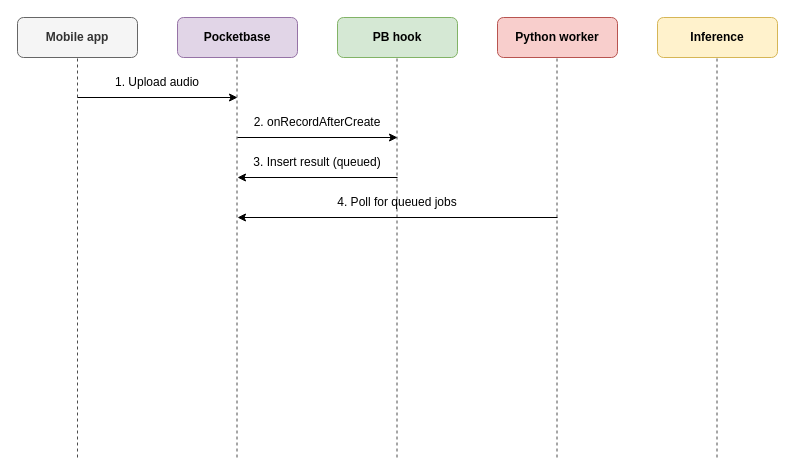
Earlier version of the draw.io diagram RespirAI-BackedFlow.drawio (lukas0173/Draw.io). Source tidied: cells renumbered, new cells numbered last; positions are measured from the earlier drawing's top-left corner, leaving out a move shared by most shapes. Both pictures are drawn from the tidied source at 100%, with x=0, y=0 at pixel (17, 17).
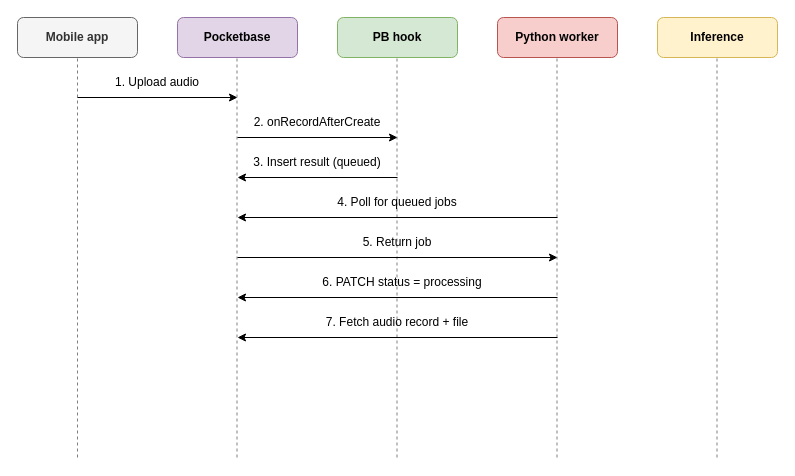
The same page after the edit.

The change refers to these unchanged cells:
```xml
<mxCell id="2" value="Mobile app" style="rounded=1;whiteSpace=wrap;html=1;fillColor=#f5f5f5;strokeColor=#666666;fontColor=#333333;fontStyle=1;" parent="1" vertex="1">
  <mxGeometry width="120" height="40" as="geometry" />
</mxCell>
```

Change to the diagram source:
```diff
@@
-    <mxCell id="7" style="endArrow=none;dashed=1;html=1;rounded=0;entryX=0.5;entryY=1;entryDx=0;entryDy=0;opacity=70;" parent="1" edge="1" target="2">
+    <mxCell id="7" style="endArrow=none;dashed=1;html=1;rounded=0;entryX=0.5;entryY=1;entryDx=0;entryDy=0;opacity=50;" parent="1" edge="1" target="2">
       <mxGeometry relative="1" as="geometry">
         <mxPoint x="60" y="440" as="sourcePoint" />
       </mxGeometry>
     </mxCell>
-    <mxCell id="8" style="endArrow=none;dashed=1;html=1;rounded=0;entryX=0.5;entryY=1;entryDx=0;entryDy=0;opacity=70;" parent="1" edge="1">
+    <mxCell id="8" style="endArrow=none;dashed=1;html=1;rounded=0;entryX=0.5;entryY=1;entryDx=0;entryDy=0;opacity=50;" parent="1" edge="1">
       <mxGeometry relative="1" as="geometry">
         <mxPoint x="219.5" y="440" as="sourcePoint" />
         <mxPoint x="219.5" y="40" as="targetPoint" />
       </mxGeometry>
     </mxCell>
-    <mxCell id="9" style="endArrow=none;dashed=1;html=1;rounded=0;entryX=0.5;entryY=1;entryDx=0;entryDy=0;opacity=70;" parent="1" edge="1">
+    <mxCell id="9" style="endArrow=none;dashed=1;html=1;rounded=0;entryX=0.5;entryY=1;entryDx=0;entryDy=0;opacity=50;" parent="1" edge="1">
       <mxGeometry relative="1" as="geometry">
         <mxPoint x="379.5" y="440" as="sourcePoint" />
         <mxPoint x="379.5" y="40" as="targetPoint" />
       </mxGeometry>
     </mxCell>
-    <mxCell id="10" style="endArrow=none;dashed=1;html=1;rounded=0;entryX=0.5;entryY=1;entryDx=0;entryDy=0;opacity=70;" parent="1" edge="1">
+    <mxCell id="10" style="endArrow=none;dashed=1;html=1;rounded=0;entryX=0.5;entryY=1;entryDx=0;entryDy=0;opacity=50;" parent="1" edge="1">
       <mxGeometry relative="1" as="geometry">
         <mxPoint x="539.5" y="440" as="sourcePoint" />
         <mxPoint x="539.5" y="40" as="targetPoint" />
       </mxGeometry>
     </mxCell>
-    <mxCell id="11" style="endArrow=none;dashed=1;html=1;rounded=0;entryX=0.5;entryY=1;entryDx=0;entryDy=0;opacity=70;" parent="1" edge="1">
+    <mxCell id="11" style="endArrow=none;dashed=1;html=1;rounded=0;entryX=0.5;entryY=1;entryDx=0;entryDy=0;opacity=50;" parent="1" edge="1">
       <mxGeometry relative="1" as="geometry">
         <mxPoint x="699.5" y="440" as="sourcePoint" />
         <mxPoint x="699.5" y="40" as="targetPoint" />
       </mxGeometry>
     </mxCell>
@@
+    <mxCell id="20" value="5. Return job" style="text;html=1;whiteSpace=wrap;strokeColor=none;fillColor=none;align=center;verticalAlign=middle;rounded=0;" parent="1" vertex="1">
+      <mxGeometry x="310" y="210" width="140" height="30" as="geometry" />
+    </mxCell>
+    <mxCell id="21" style="endArrow=classic;html=1;rounded=0;endFill=1;startArrow=none;startFill=0;" parent="1" edge="1">
+      <mxGeometry relative="1" as="geometry">
+        <mxPoint x="220" y="240" as="sourcePoint" />
+        <mxPoint x="540" y="240" as="targetPoint" />
+      </mxGeometry>
+    </mxCell>
+    <mxCell id="22" value="6. PATCH status = processing" style="text;html=1;whiteSpace=wrap;strokeColor=none;fillColor=none;align=center;verticalAlign=middle;rounded=0;" parent="1" vertex="1">
+      <mxGeometry x="290" y="250" width="190" height="30" as="geometry" />
+    </mxCell>
+    <mxCell id="23" style="endArrow=none;html=1;rounded=0;endFill=0;startArrow=classic;startFill=1;" parent="1" edge="1">
+      <mxGeometry relative="1" as="geometry">
+        <mxPoint x="220" y="280" as="sourcePoint" />
+        <mxPoint x="540" y="280" as="targetPoint" />
+      </mxGeometry>
+    </mxCell>
+    <mxCell id="24" value="7. Fetch audio record + file" style="text;html=1;whiteSpace=wrap;strokeColor=none;fillColor=none;align=center;verticalAlign=middle;rounded=0;" parent="1" vertex="1">
+      <mxGeometry x="300" y="290" width="160" height="30" as="geometry" />
+    </mxCell>
+    <mxCell id="25" style="endArrow=none;html=1;rounded=0;endFill=0;startArrow=classic;startFill=1;" parent="1" edge="1">
+      <mxGeometry relative="1" as="geometry">
+        <mxPoint x="220" y="320" as="sourcePoint" />
+        <mxPoint x="540" y="320" as="targetPoint" />
+      </mxGeometry>
+    </mxCell>
```
